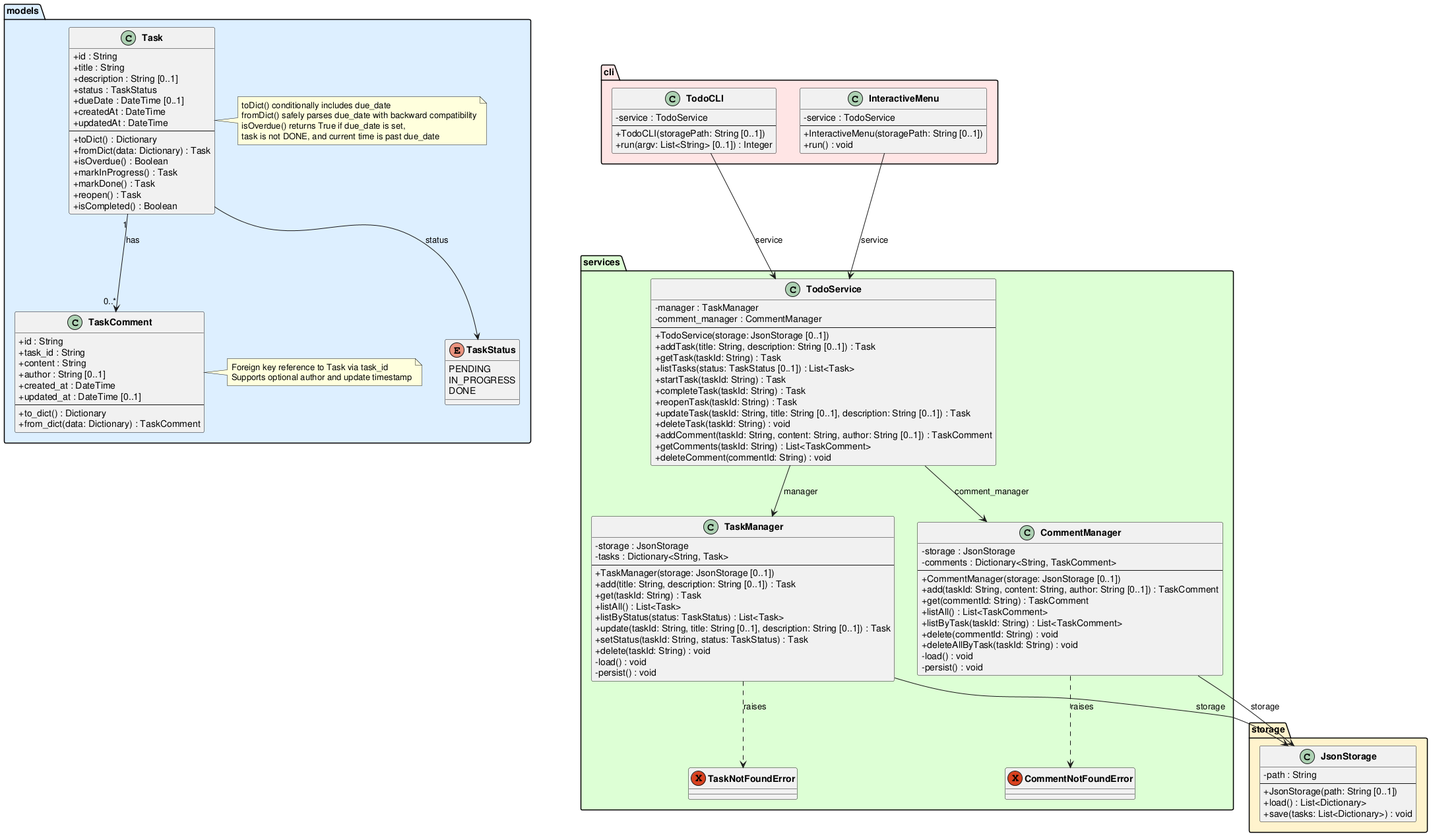
Above: experiments/pipeline/structured_text/TODO/artifacts/class_diagram.png in DanielRiha8906/Software_autoevolution_using_agents (PlantUML), before the change.
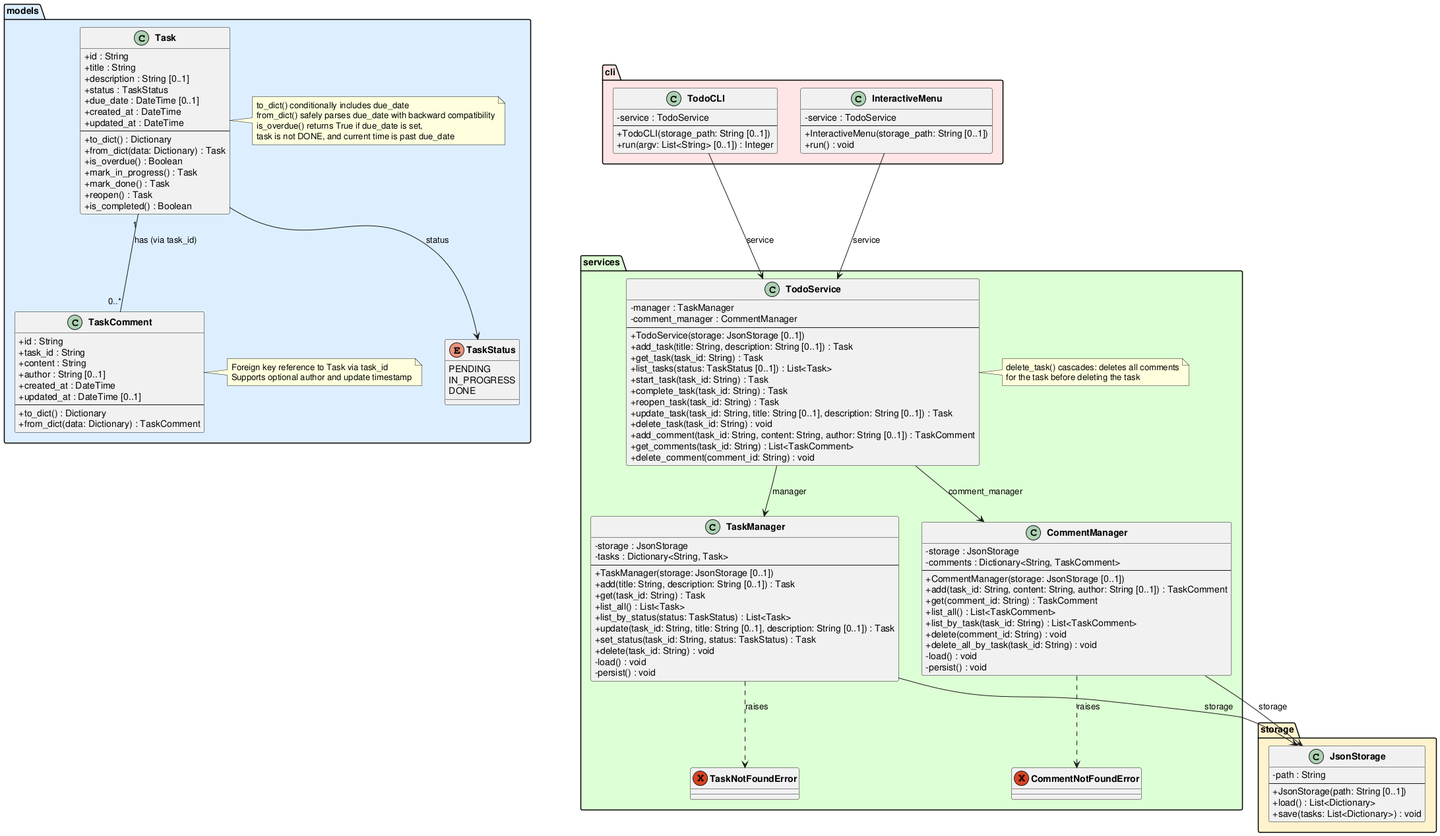
Above is the later version.

Diff of the diagram source:
```diff
@@ -15,22 +15,22 @@
         +title : String
         +description : String [0..1]
         +status : TaskStatus
-        +dueDate : DateTime [0..1]
-        +createdAt : DateTime
-        +updatedAt : DateTime
+        +due_date : DateTime [0..1]
+        +created_at : DateTime
+        +updated_at : DateTime
         --
-        +toDict() : Dictionary
-        +fromDict(data: Dictionary) : Task
-        +isOverdue() : Boolean
-        +markInProgress() : Task
-        +markDone() : Task
+        +to_dict() : Dictionary
+        +from_dict(data: Dictionary) : Task
+        +is_overdue() : Boolean
+        +mark_in_progress() : Task
+        +mark_done() : Task
         +reopen() : Task
-        +isCompleted() : Boolean
+        +is_completed() : Boolean
     }
     note right of Task
-        toDict() conditionally includes due_date
-        fromDict() safely parses due_date with backward compatibility
-        isOverdue() returns True if due_date is set,
+        to_dict() conditionally includes due_date
+        from_dict() safely parses due_date with backward compatibility
+        is_overdue() returns True if due_date is set,
         task is not DONE, and current time is past due_date
     end note
 
@@ -45,6 +45,7 @@
         +to_dict() : Dictionary
         +from_dict(data: Dictionary) : TaskComment
     }
+    Task "1" -- "0..*" TaskComment : "has (via task_id)"
     note right of TaskComment
         Foreign key reference to Task via task_id
         Supports optional author and update timestamp
@@ -71,12 +72,12 @@
         --
         +TaskManager(storage: JsonStorage [0..1])
         +add(title: String, description: String [0..1]) : Task
-        +get(taskId: String) : Task
-        +listAll() : List<Task>
-        +listByStatus(status: TaskStatus) : List<Task>
-        +update(taskId: String, title: String [0..1], description: String [0..1]) : Task
-        +setStatus(taskId: String, status: TaskStatus) : Task
-        +delete(taskId: String) : void
+        +get(task_id: String) : Task
+        +list_all() : List<Task>
+        +list_by_status(status: TaskStatus) : List<Task>
+        +update(task_id: String, title: String [0..1], description: String [0..1]) : Task
+        +set_status(task_id: String, status: TaskStatus) : Task
+        +delete(task_id: String) : void
         -load() : void
         -persist() : void
     }
@@ -86,12 +87,12 @@
         -comments : Dictionary<String, TaskComment>
         --
         +CommentManager(storage: JsonStorage [0..1])
-        +add(taskId: String, content: String, author: String [0..1]) : TaskComment
-        +get(commentId: String) : TaskComment
-        +listAll() : List<TaskComment>
-        +listByTask(taskId: String) : List<TaskComment>
-        +delete(commentId: String) : void
-        +deleteAllByTask(taskId: String) : void
+        +add(task_id: String, content: String, author: String [0..1]) : TaskComment
+        +get(comment_id: String) : TaskComment
+        +list_all() : List<TaskComment>
+        +list_by_task(task_id: String) : List<TaskComment>
+        +delete(comment_id: String) : void
+        +delete_all_by_task(task_id: String) : void
         -load() : void
         -persist() : void
     }
@@ -101,38 +102,41 @@
         -comment_manager : CommentManager
         --
         +TodoService(storage: JsonStorage [0..1])
-        +addTask(title: String, description: String [0..1]) : Task
-        +getTask(taskId: String) : Task
-        +listTasks(status: TaskStatus [0..1]) : List<Task>
-        +startTask(taskId: String) : Task
-        +completeTask(taskId: String) : Task
-        +reopenTask(taskId: String) : Task
-        +updateTask(taskId: String, title: String [0..1], description: String [0..1]) : Task
-        +deleteTask(taskId: String) : void
-        +addComment(taskId: String, content: String, author: String [0..1]) : TaskComment
-        +getComments(taskId: String) : List<TaskComment>
-        +deleteComment(commentId: String) : void
+        +add_task(title: String, description: String [0..1]) : Task
+        +get_task(task_id: String) : Task
+        +list_tasks(status: TaskStatus [0..1]) : List<Task>
+        +start_task(task_id: String) : Task
+        +complete_task(task_id: String) : Task
+        +reopen_task(task_id: String) : Task
+        +update_task(task_id: String, title: String [0..1], description: String [0..1]) : Task
+        +delete_task(task_id: String) : void
+        +add_comment(task_id: String, content: String, author: String [0..1]) : TaskComment
+        +get_comments(task_id: String) : List<TaskComment>
+        +delete_comment(comment_id: String) : void
     }
+    note right of TodoService
+        delete_task() cascades: deletes all comments
+        for the task before deleting the task
+    end note
 }
 
 package "cli" #FFE5E5 {
     class TodoCLI {
         -service : TodoService
         --
-        +TodoCLI(storagePath: String [0..1])
+        +TodoCLI(storage_path: String [0..1])
         +run(argv: List<String> [0..1]) : Integer
     }
 
     class InteractiveMenu {
         -service : TodoService
         --
-        +InteractiveMenu(storagePath: String [0..1])
+        +InteractiveMenu(storage_path: String [0..1])
         +run() : void
     }
 }
 
 Task --> TaskStatus : status
-Task "1" --> "0..*" TaskComment : has
 TaskManager --> JsonStorage : storage
 TaskManager ..> TaskNotFoundError : raises
 CommentManager --> JsonStorage : storage
```
